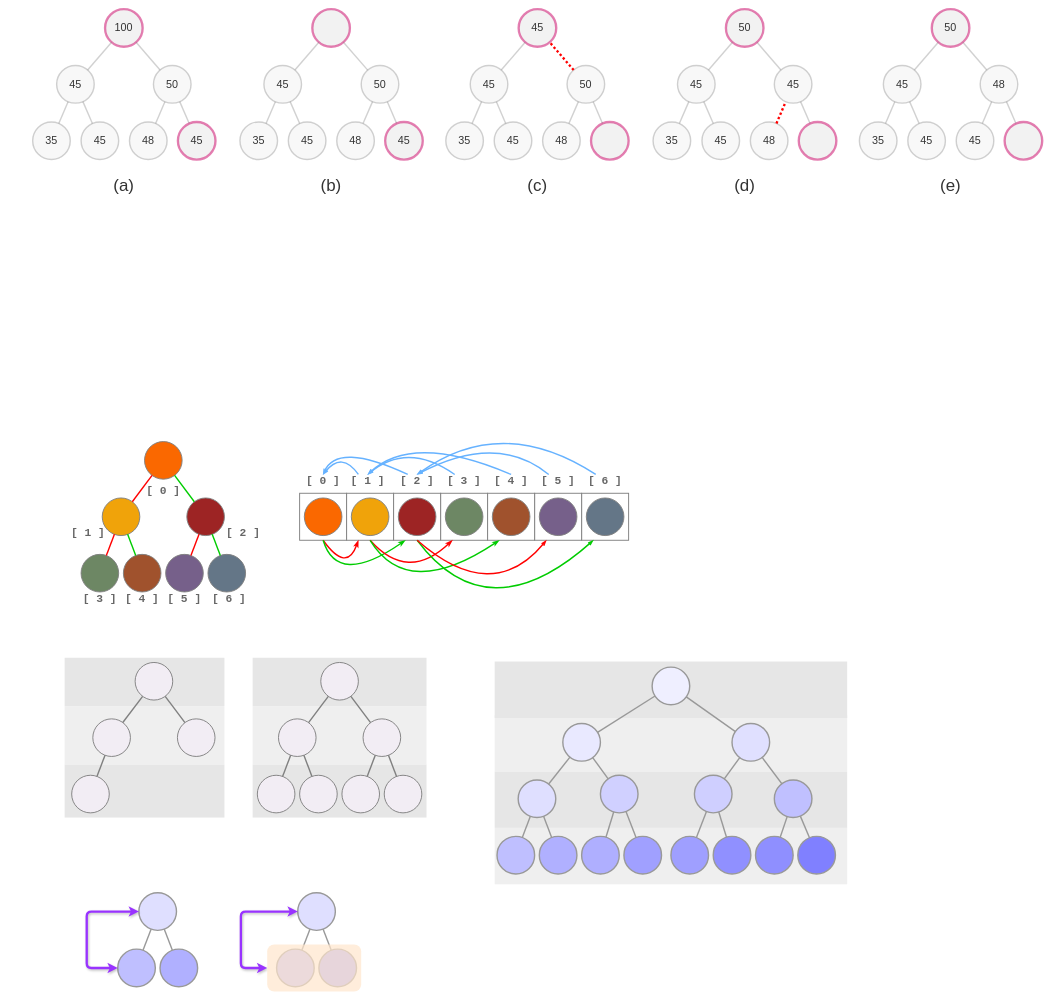
Above: pqueue/pqueue.drawio in lgreco/images (draw.io), before the change. Source tidied: cells renumbered, new cells numbered last; positions are measured from the earlier drawing's top-left corner, leaving out a move shared by most shapes. Both pictures are drawn from the tidied source at 47%, with x=0, y=0 at pixel (8, 9).
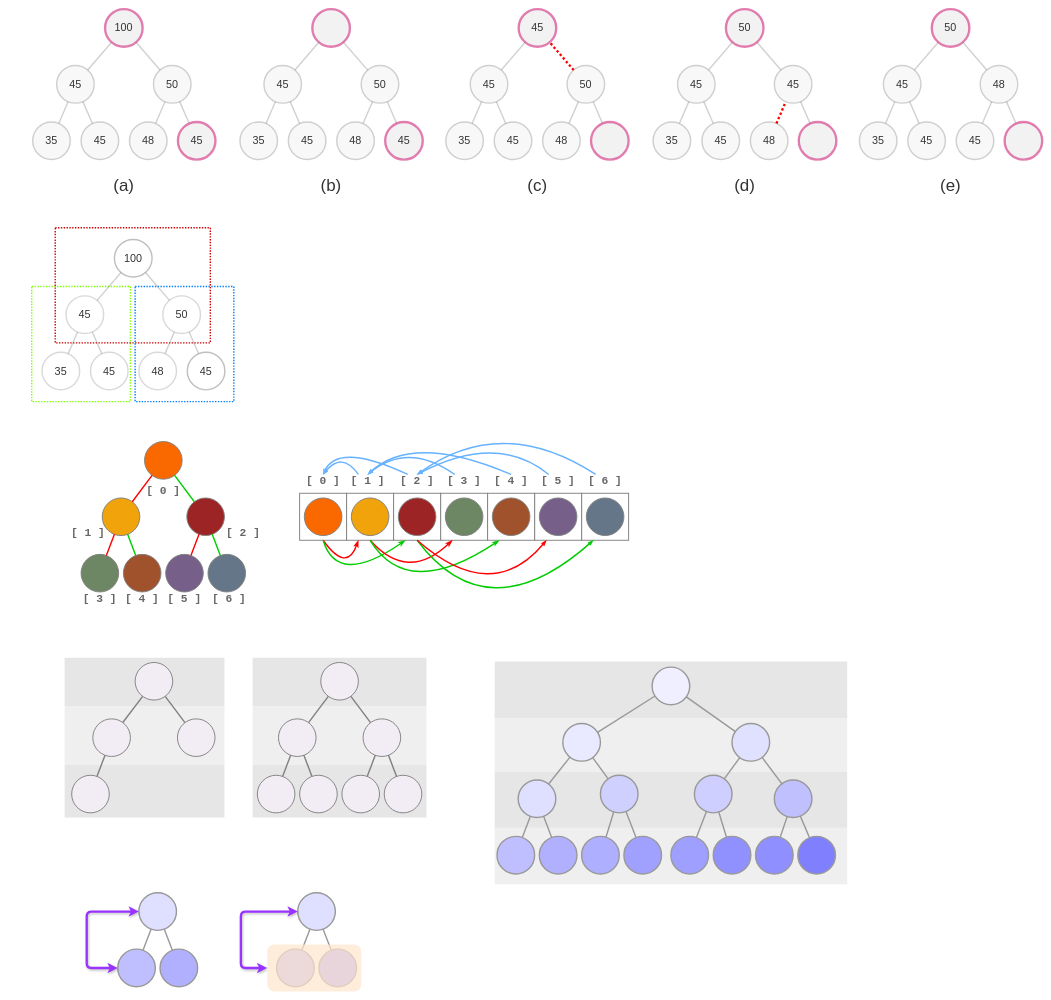
After the change.

Change to the diagram source:
```diff
@@
+    <mxCell id="204" style="rounded=0;whiteSpace=wrap;html=1;fillColor=none;strokeColor=#80FF00;strokeWidth=3;dashed=1;dashPattern=1 1;" parent="1" vertex="1">
+      <mxGeometry x="50" y="590" width="210" height="245" as="geometry" />
+    </mxCell>
+    <mxCell id="205" style="rounded=0;whiteSpace=wrap;html=1;fillColor=none;strokeColor=#007FFF;strokeWidth=3;dashed=1;dashPattern=1 1;" parent="1" vertex="1">
+      <mxGeometry x="270" y="590" width="210" height="245" as="geometry" />
+    </mxCell>
+    <mxCell id="206" style="rounded=0;whiteSpace=wrap;html=1;fillColor=none;strokeColor=#CC0000;strokeWidth=3;dashed=1;dashPattern=1 1;" parent="1" vertex="1">
+      <mxGeometry x="100" y="465" width="330" height="245" as="geometry" />
+    </mxCell>
@@
+    <mxCell id="207" value="100" style="ellipse;whiteSpace=wrap;html=1;fillColor=none;strokeColor=#808080;fontColor=#333333;strokeWidth=3;opacity=50;fontSize=23;" parent="1" vertex="1">
+      <mxGeometry x="226" y="490" width="80" height="80" as="geometry" />
+    </mxCell>
+    <mxCell id="208" value="45" style="ellipse;whiteSpace=wrap;html=1;fillColor=none;strokeColor=#808080;fontColor=#333333;strokeWidth=3;opacity=30;fontSize=23;" parent="1" vertex="1">
+      <mxGeometry x="123" y="610" width="80" height="80" as="geometry" />
+    </mxCell>
+    <mxCell id="209" value="50" style="ellipse;whiteSpace=wrap;html=1;fillColor=none;strokeColor=#808080;fontColor=#333333;strokeWidth=3;opacity=30;fontSize=23;" parent="1" vertex="1">
+      <mxGeometry x="329" y="610" width="80" height="80" as="geometry" />
+    </mxCell>
+    <mxCell id="210" value="35" style="ellipse;whiteSpace=wrap;html=1;fillColor=none;strokeColor=#808080;fontColor=#333333;strokeWidth=3;opacity=30;fontSize=23;" parent="1" vertex="1">
+      <mxGeometry x="72" y="730" width="80" height="80" as="geometry" />
+    </mxCell>
+    <mxCell id="211" value="45" style="ellipse;whiteSpace=wrap;html=1;fillColor=none;strokeColor=#808080;fontColor=#333333;strokeWidth=3;opacity=30;fontSize=23;" parent="1" vertex="1">
+      <mxGeometry x="175" y="730" width="80" height="80" as="geometry" />
+    </mxCell>
+    <mxCell id="212" value="48" style="ellipse;whiteSpace=wrap;html=1;fillColor=none;strokeColor=#808080;fontColor=#333333;strokeWidth=3;opacity=30;fontSize=23;" parent="1" vertex="1">
+      <mxGeometry x="278" y="730" width="80" height="80" as="geometry" />
+    </mxCell>
+    <mxCell id="213" value="45" style="ellipse;whiteSpace=wrap;html=1;fillColor=none;strokeColor=#808080;fontColor=#333333;strokeWidth=3;opacity=50;fontSize=23;" parent="1" vertex="1">
+      <mxGeometry x="381" y="730" width="80" height="80" as="geometry" />
+    </mxCell>
+    <mxCell id="214" style="endArrow=none;html=1;rounded=0;strokeWidth=3;strokeColor=#666666;opacity=30;fontSize=23;fontColor=#333333;" parent="1" edge="1" source="208" target="207">
+      <mxGeometry relative="1" as="geometry" />
+    </mxCell>
+    <mxCell id="215" style="endArrow=none;html=1;rounded=0;strokeWidth=3;strokeColor=#666666;opacity=30;fontSize=23;fontColor=#333333;" parent="1" edge="1" source="209" target="207">
+      <mxGeometry relative="1" as="geometry" />
+    </mxCell>
+    <mxCell id="216" style="endArrow=none;html=1;rounded=0;strokeWidth=3;strokeColor=#666666;opacity=30;fontSize=23;fontColor=#333333;" parent="1" edge="1" source="213" target="209">
+      <mxGeometry relative="1" as="geometry" />
+    </mxCell>
+    <mxCell id="217" style="endArrow=none;html=1;rounded=0;strokeWidth=3;strokeColor=#666666;opacity=30;fontSize=23;fontColor=#333333;" parent="1" edge="1" source="212" target="209">
+      <mxGeometry relative="1" as="geometry" />
+    </mxCell>
+    <mxCell id="218" style="endArrow=none;html=1;rounded=0;strokeWidth=3;strokeColor=#666666;opacity=30;fontSize=23;fontColor=#333333;" parent="1" edge="1" source="211" target="208">
+      <mxGeometry relative="1" as="geometry" />
+    </mxCell>
+    <mxCell id="219" style="endArrow=none;html=1;rounded=0;strokeWidth=3;strokeColor=#666666;opacity=30;fontSize=23;fontColor=#333333;" parent="1" edge="1" source="210" target="208">
+      <mxGeometry relative="1" as="geometry" />
+    </mxCell>
```
